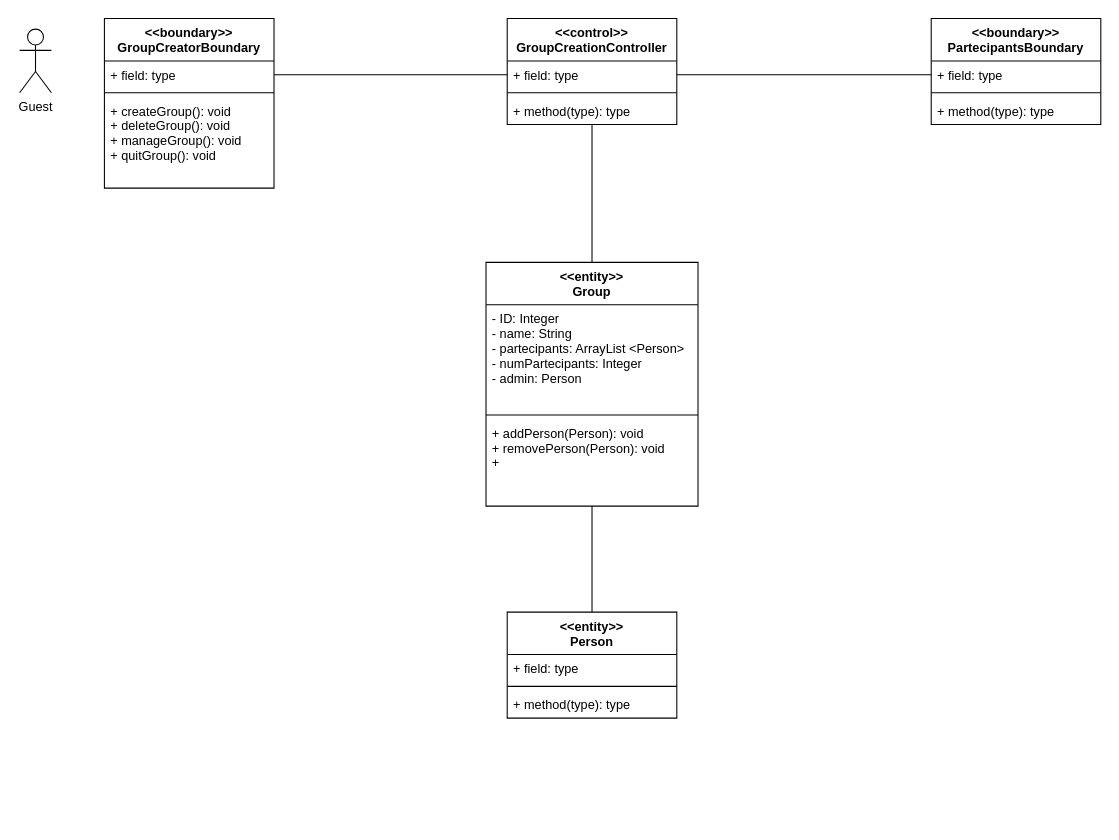
Above: Docs/VoPC/VoPC CreateStudyGroup.drawio in nic-agos/DoveStudi (draw.io), before the change. Source tidied: cells renumbered, new cells numbered last; positions are measured from the earlier drawing's top-left corner, leaving out a move shared by most shapes. Both pictures are drawn from the tidied source at 106%, with x=0, y=0 at pixel (19, 18).
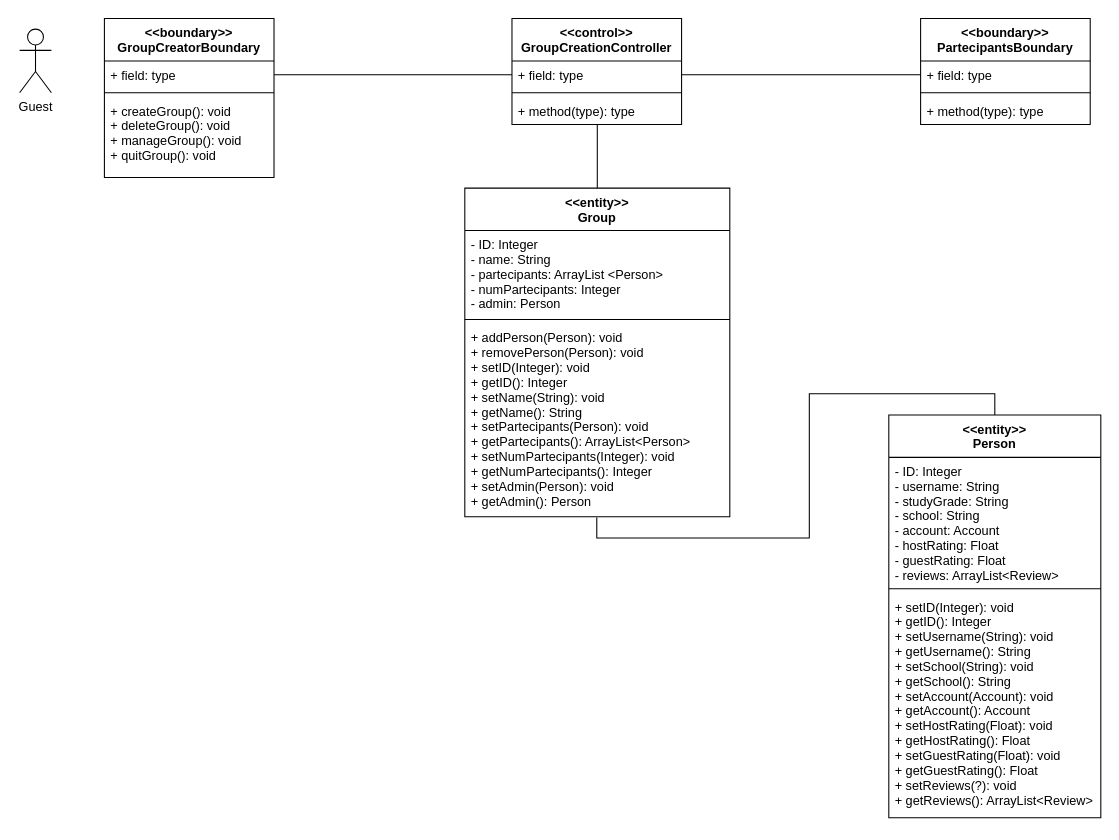
Above is the later version.

Commit message:
Added setter and getter

The change refers to these unchanged cells:
```xml
<mxCell id="10" value="+ method(type): type" style="text;strokeColor=none;fillColor=none;align=left;verticalAlign=top;spacingLeft=4;spacingRight=4;overflow=hidden;points=[[0,0.5],[1,0.5]];portConstraint=eastwest;" parent="7" vertex="1">
  <mxGeometry y="74" width="160" height="26" as="geometry" />
</mxCell>
```

Change to the diagram source:
```diff
@@
-    <mxCell id="2" style="edgeStyle=orthogonalEdgeStyle;rounded=0;jettySize=auto;html=1;entryX=0.5;entryY=1;entryDx=0;entryDy=0;entryPerimeter=0;endArrow=none;endFill=0;" parent="1" edge="1" source="3" target="10">
+    <mxCell id="2" style="edgeStyle=orthogonalEdgeStyle;rounded=0;jettySize=auto;html=1;entryX=0.503;entryY=1;entryDx=0;entryDy=0;entryPerimeter=0;endArrow=none;endFill=0;" parent="1" edge="1" source="3" target="10">
       <mxGeometry relative="1" as="geometry" />
     </mxCell>
     <mxCell id="3" value="&lt;&lt;entity&gt;&gt;&#10;Group" style="swimlane;fontStyle=1;align=center;verticalAlign=top;horizontal=1;startSize=40;" parent="1" vertex="1">
-      <mxGeometry x="440" y="230" width="200" height="230" as="geometry" />
+      <mxGeometry x="420" y="160" width="250" height="310" as="geometry" />
     </mxCell>
     <mxCell id="4" value="- ID: Integer&#10;- name: String&#10;- partecipants: ArrayList &lt;Person&gt;&#10;- numPartecipants: Integer&#10;- admin: Person&#10;" style="text;strokeColor=none;fillColor=none;align=left;verticalAlign=top;spacingLeft=4;spacingRight=4;overflow=hidden;" parent="3" vertex="1">
-      <mxGeometry y="40" width="200" height="100" as="geometry" />
+      <mxGeometry y="40" width="250" height="80" as="geometry" />
     </mxCell>
     <mxCell id="5" style="line;strokeWidth=1;fillColor=none;align=left;verticalAlign=middle;spacingTop=-1;spacingLeft=3;spacingRight=3;labelPosition=right;" parent="3" vertex="1">
-      <mxGeometry y="140" width="200" height="8" as="geometry" />
+      <mxGeometry y="120" width="250" height="8" as="geometry" />
     </mxCell>
-    <mxCell id="6" value="+ addPerson(Person): void&#10;+ removePerson(Person): void&#10;+ " style="text;strokeColor=none;fillColor=none;align=left;verticalAlign=top;spacingLeft=4;spacingRight=4;overflow=hidden;points=[[0,0.5],[1,0.5]];portConstraint=eastwest;" parent="3" vertex="1">
-      <mxGeometry y="148" width="200" height="82" as="geometry" />
+    <mxCell id="6" value="+ addPerson(Person): void&#10;+ removePerson(Person): void&#10;+ setID(Integer): void&#10;+ getID(): Integer&#10;+ setName(String): void&#10;+ getName(): String&#10;+ setPartecipants(Person): void&#10;+ getPartecipants(): ArrayList&lt;Person&gt;&#10;+ setNumPartecipants(Integer): void&#10;+ getNumPartecipants(): Integer&#10;+ setAdmin(Person): void&#10;+ getAdmin(): Person" style="text;strokeColor=none;fillColor=none;align=left;verticalAlign=top;spacingLeft=4;spacingRight=4;overflow=hidden;points=[[0,0.5],[1,0.5]];portConstraint=eastwest;" parent="3" vertex="1">
+      <mxGeometry y="128" width="250" height="182" as="geometry" />
     </mxCell>
     <mxCell id="7" value="&lt;&lt;control&gt;&gt;&#10;GroupCreationController" style="swimlane;fontStyle=1;align=center;verticalAlign=top;horizontal=1;startSize=40;" parent="1" vertex="1">
-      <mxGeometry x="460" width="160" height="100" as="geometry" />
+      <mxGeometry x="464.5" width="160" height="100" as="geometry" />
     </mxCell>
@@
     <mxCell id="11" value="&lt;&lt;boundary&gt;&gt;&#10;GroupCreatorBoundary" style="swimlane;fontStyle=1;align=center;verticalAlign=top;horizontal=1;startSize=40;" parent="1" vertex="1">
-      <mxGeometry x="80" width="160" height="160" as="geometry" />
+      <mxGeometry x="80" width="160" height="150" as="geometry" />
     </mxCell>
@@
     <mxCell id="14" value="+ createGroup(): void&#10;+ deleteGroup(): void&#10;+ manageGroup(): void&#10;+ quitGroup(): void" style="text;strokeColor=none;fillColor=none;align=left;verticalAlign=top;spacingLeft=4;spacingRight=4;overflow=hidden;" parent="11" vertex="1">
-      <mxGeometry y="74" width="160" height="86" as="geometry" />
+      <mxGeometry y="74" width="160" height="76" as="geometry" />
     </mxCell>
@@
-    <mxCell id="16" style="edgeStyle=orthogonalEdgeStyle;rounded=0;jettySize=auto;html=1;exitX=0.5;exitY=0;exitDx=0;exitDy=0;entryX=0.5;entryY=0.997;entryDx=0;entryDy=0;entryPerimeter=0;endArrow=none;endFill=0;" parent="1" edge="1" source="17" target="6">
-      <mxGeometry relative="1" as="geometry" />
-    </mxCell>
-    <mxCell id="17" value="&lt;&lt;entity&gt;&gt;&#10;Person" style="swimlane;fontStyle=1;align=center;verticalAlign=top;horizontal=1;startSize=40;" parent="1" vertex="1">
-      <mxGeometry x="460" y="560" width="160" height="100" as="geometry" />
-    </mxCell>
-    <mxCell id="18" value="+ field: type" style="text;strokeColor=none;fillColor=none;align=left;verticalAlign=top;spacingLeft=4;spacingRight=4;overflow=hidden;" parent="17" vertex="1">
-      <mxGeometry y="40" width="160" height="26" as="geometry" />
-    </mxCell>
-    <mxCell id="19" style="line;strokeWidth=1;fillColor=none;align=left;verticalAlign=middle;spacingTop=-1;spacingLeft=3;spacingRight=3;labelPosition=right;" parent="17" vertex="1">
-      <mxGeometry y="66" width="160" height="8" as="geometry" />
-    </mxCell>
-    <mxCell id="20" value="+ method(type): type" style="text;strokeColor=none;fillColor=none;align=left;verticalAlign=top;spacingLeft=4;spacingRight=4;overflow=hidden;" parent="17" vertex="1">
-      <mxGeometry y="74" width="160" height="26" as="geometry" />
-    </mxCell>
@@
     <mxCell id="22" value="&lt;&lt;boundary&gt;&gt;&#10;PartecipantsBoundary" style="swimlane;fontStyle=1;align=center;verticalAlign=top;horizontal=1;startSize=40;" parent="1" vertex="1">
-      <mxGeometry x="860" width="160" height="100" as="geometry" />
+      <mxGeometry x="850" width="160" height="100" as="geometry" />
     </mxCell>
@@
+    <mxCell id="16" style="edgeStyle=orthogonalEdgeStyle;rounded=0;jettySize=auto;html=1;exitX=0.5;exitY=0;exitDx=0;exitDy=0;endArrow=none;endFill=0;entryX=0.498;entryY=1.004;entryDx=0;entryDy=0;entryPerimeter=0;" parent="1" edge="1" source="17" target="6">
+      <mxGeometry relative="1" as="geometry" />
+    </mxCell>
+    <mxCell id="17" value="&lt;&lt;entity&gt;&gt;&#10;Person" style="swimlane;fontStyle=1;align=center;verticalAlign=top;horizontal=1;startSize=40;" parent="1" vertex="1">
+      <mxGeometry x="820" y="374" width="200" height="380" as="geometry" />
+    </mxCell>
+    <mxCell id="27" value="- ID: Integer&#10;- username: String&#10;- studyGrade: String&#10;- school: String&#10;- account: Account&#10;- hostRating: Float&#10;- guestRating: Float&#10;- reviews: ArrayList&lt;Review&gt;" style="text;strokeColor=none;fillColor=none;align=left;verticalAlign=top;spacingLeft=4;spacingRight=4;overflow=hidden;" parent="17" vertex="1">
+      <mxGeometry y="40" width="200" height="120" as="geometry" />
+    </mxCell>
+    <mxCell id="28" style="line;strokeWidth=1;fillColor=none;align=left;verticalAlign=middle;spacingTop=-1;spacingLeft=3;spacingRight=3;labelPosition=right;" parent="17" vertex="1">
+      <mxGeometry y="160" width="200" height="8" as="geometry" />
+    </mxCell>
+    <mxCell id="29" value="+ setID(Integer): void&#10;+ getID(): Integer&#10;+ setUsername(String): void&#10;+ getUsername(): String&#10;+ setSchool(String): void&#10;+ getSchool(): String&#10;+ setAccount(Account): void&#10;+ getAccount(): Account&#10;+ setHostRating(Float): void&#10;+ getHostRating(): Float&#10;+ setGuestRating(Float): void&#10;+ getGuestRating(): Float&#10;+ setReviews(?): void&#10;+ getReviews(): ArrayList&lt;Review&gt;" style="text;strokeColor=none;fillColor=none;align=left;verticalAlign=top;spacingLeft=4;spacingRight=4;overflow=hidden;" parent="17" vertex="1">
+      <mxGeometry y="168" width="200" height="212" as="geometry" />
+    </mxCell>
```
